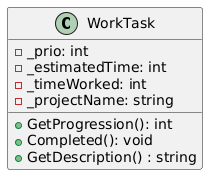
Earlier version of the PlantUML export src/assets/img/kmom05/classdiagramWorkTask.png (bth-csharp/website). Source of this version:
```plantuml
@startuml
class WorkTask
{
    - _prio: int
    - _estimatedTime: int
    - _timeWorked: int
    - _projectName: string

    + GetProgression(): int
    + Completed(): void
    + GetDescription() : string
}
@enduml
```
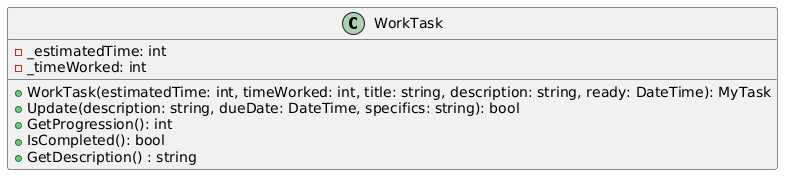
The same diagram one commit later.

Commit message:
Update kmom05 task with MyTask and subclasses

Change to the diagram source:
```diff
@@ -1,13 +1,13 @@
 @startuml
 class WorkTask
 {
-    - _prio: int
     - _estimatedTime: int
     - _timeWorked: int
-    - _projectName: string
 
+    + WorkTask(estimatedTime: int, timeWorked: int, title: string, description: string, ready: DateTime): MyTask
+    + Update(description: string, dueDate: DateTime, specifics: string): bool
     + GetProgression(): int
-    + Completed(): void
+    + IsCompleted(): bool
     + GetDescription() : string
 }
 @enduml
```
